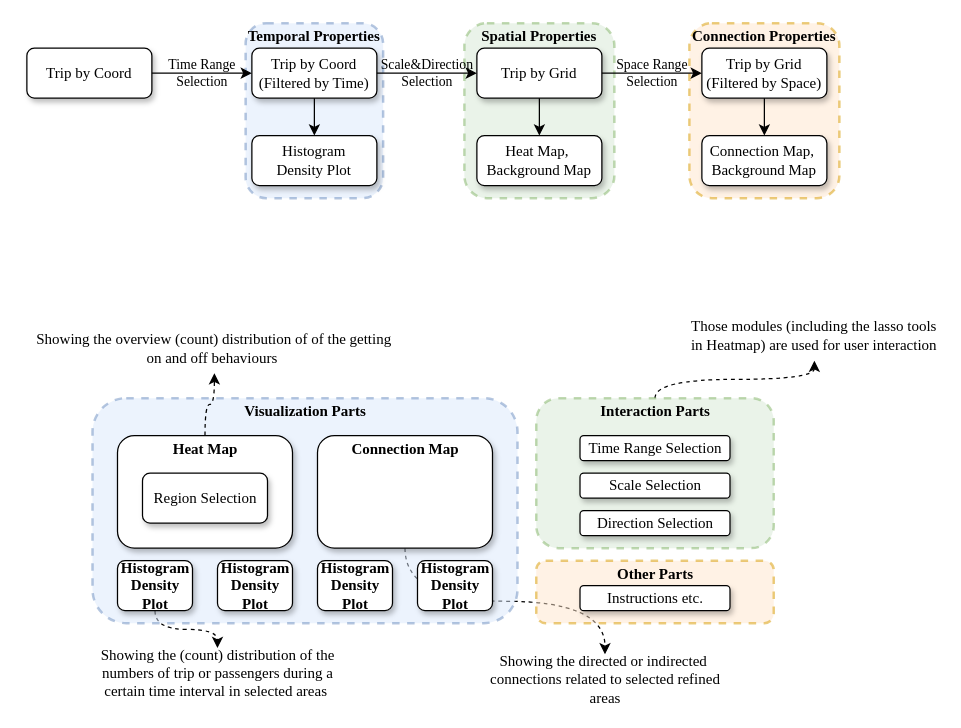
This is Visualization.drawio from GongSicong/DataVisualization, a draw.io file, before an edit. Source tidied: cells renumbered, new cells numbered last; positions are measured from the earlier drawing's top-left corner, leaving out a move shared by most shapes. Both pictures are drawn from the tidied source at 125%, with x=0, y=0 at pixel (26, 22).
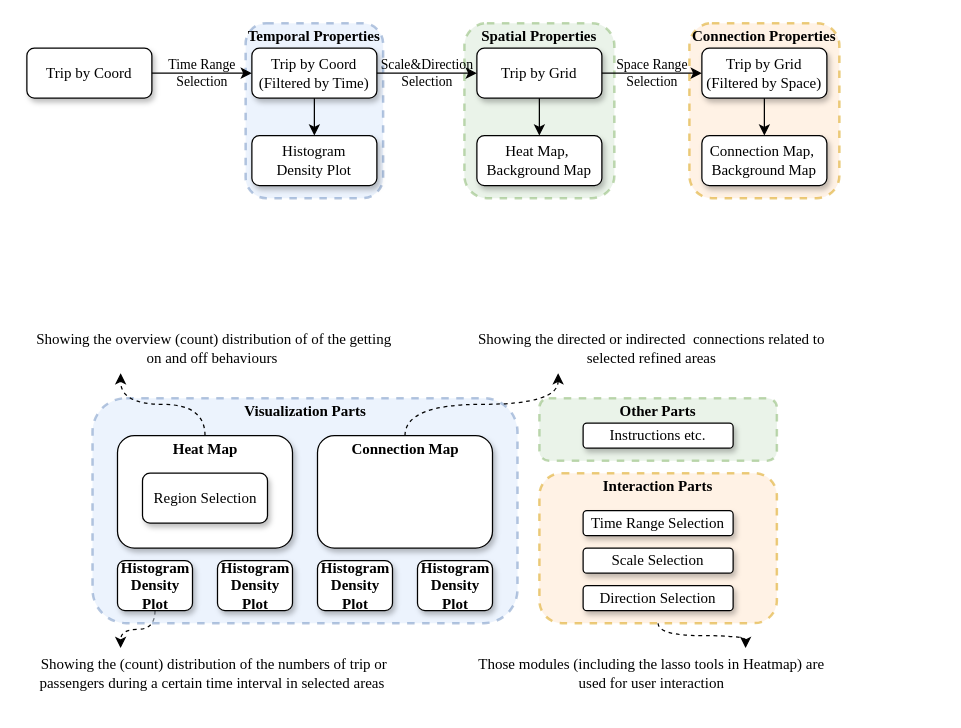
The same diagram, later.

Unchanged cells that the change refers to:
```xml
<mxCell id="11" value="&lt;p style=&quot;margin:0px;margin-top:4px;text-align:center;&quot;&gt;&lt;b&gt;Heat Map&lt;/b&gt;&lt;/p&gt;" style="verticalAlign=top;align=left;overflow=fill;fontSize=12;fontFamily=Times New Roman;html=1;whiteSpace=wrap;shadow=1;rounded=1;strokeColor=default;fillColor=#FFFFFF;" parent="1" vertex="1">
  <mxGeometry x="72.5" y="330" width="140" height="90" as="geometry" />
</mxCell>
<mxCell id="13" value="&lt;p style=&quot;margin:0px;margin-top:4px;text-align:center;&quot;&gt;&lt;b&gt;Connection Map&lt;/b&gt;&lt;/p&gt;" style="verticalAlign=top;align=left;overflow=fill;fontSize=12;fontFamily=Times New Roman;html=1;whiteSpace=wrap;shadow=1;rounded=1;strokeColor=default;fillColor=#FFFFFF;" parent="1" vertex="1">
  <mxGeometry x="232.5" y="330" width="140" height="90" as="geometry" />
</mxCell>
<mxCell id="14" value="Histogram&lt;br style=&quot;border-color: var(--border-color);&quot;&gt;&lt;span style=&quot;&quot;&gt;Density Plot&lt;/span&gt;" style="rounded=1;shadow=1;fontFamily=Times New Roman;align=center;labelBackgroundColor=none;labelBorderColor=none;whiteSpace=wrap;html=1;points=[[0,0,0,0,0],[0,0.3,0,0,0],[0,0.5,0,0,0],[0,0.85,0,0,0],[0,1,0,0,0],[0.25,0,0,0,0],[0.25,1,0,0,0],[0.5,0,0,0,0],[0.5,1,0,0,0],[0.75,0,0,0,0],[0.75,1,0,0,0],[1,0,0,0,0],[1,0.25,0,0,0],[1,0.5,0,0,0],[1,0.75,0,0,0],[1,1,0,0,0]];fontStyle=1;" parent="1" vertex="1">
  <mxGeometry x="72.5" y="430" width="60" height="40" as="geometry" />
</mxCell>
<mxCell id="21" value="Showing the overview (count) distribution of of the getting on and off behaviours&amp;nbsp;" style="text;html=1;strokeColor=none;fillColor=none;align=center;verticalAlign=middle;whiteSpace=wrap;rounded=0;fontFamily=Times New Roman;" parent="1" vertex="1">
  <mxGeometry y="240" width="300" height="40" as="geometry" />
</mxCell>
```

Diff of the diagram source:
```diff
@@
     <mxCell id="2" value="Those modules (including the lasso tools in Heatmap) are used for user interaction" style="text;html=1;strokeColor=none;fillColor=none;align=center;verticalAlign=middle;whiteSpace=wrap;rounded=0;fontFamily=Times New Roman;" parent="1" vertex="1">
-      <mxGeometry x="530" y="230" width="200" height="40" as="geometry" />
+      <mxGeometry x="350" y="500" width="300" height="40" as="geometry" />
     </mxCell>
     <mxCell id="3" value="&lt;font&gt;Showing the directed or indirected&amp;nbsp; connections related to selected refined areas&lt;/font&gt;" style="text;html=1;strokeColor=none;fillColor=none;align=center;verticalAlign=middle;whiteSpace=wrap;rounded=0;fontFamily=Times New Roman;" parent="1" vertex="1">
-      <mxGeometry x="362.5" y="505" width="200" height="40" as="geometry" />
+      <mxGeometry x="350" y="240" width="300" height="40" as="geometry" />
     </mxCell>
     <mxCell id="4" value="&lt;font&gt;Showing the (count) distribution of the numbers of trip or passengers during a certain time interval in selected areas&amp;nbsp;&lt;/font&gt;" style="text;html=1;strokeColor=none;fillColor=none;align=center;verticalAlign=middle;whiteSpace=wrap;rounded=0;fontFamily=Times New Roman;" parent="1" vertex="1">
-      <mxGeometry x="52.5" y="500" width="200" height="40" as="geometry" />
+      <mxGeometry y="500" width="300" height="40" as="geometry" />
     </mxCell>
-    <mxCell id="5" style="endArrow=classic;html=1;rounded=0;edgeStyle=orthogonalEdgeStyle;curved=1;dashed=1;fontFamily=Times New Roman;" parent="1" edge="1" source="9" target="2">
+    <mxCell id="5" style="endArrow=classic;html=1;rounded=0;edgeStyle=orthogonalEdgeStyle;curved=1;dashed=1;fontFamily=Times New Roman;exitX=0.5;exitY=1;exitDx=0;exitDy=0;entryX=0.75;entryY=0;entryDx=0;entryDy=0;" parent="1" edge="1" source="9" target="2">
       <mxGeometry relative="1" as="geometry" />
     </mxCell>
-    <mxCell id="6" style="endArrow=classic;html=1;rounded=0;edgeStyle=orthogonalEdgeStyle;curved=1;dashed=1;fontFamily=Times New Roman;" parent="1" edge="1" source="13" target="3">
-      <mxGeometry relative="1" as="geometry" />
-    </mxCell>
-    <mxCell id="7" style="endArrow=classic;html=1;rounded=0;edgeStyle=orthogonalEdgeStyle;curved=1;dashed=1;exitX=0.5;exitY=1;exitDx=0;exitDy=0;exitPerimeter=0;fontFamily=Times New Roman;" parent="1" edge="1" source="14" target="4">
+    <mxCell id="7" style="endArrow=classic;html=1;rounded=0;edgeStyle=orthogonalEdgeStyle;curved=1;dashed=1;exitX=0.5;exitY=1;exitDx=0;exitDy=0;exitPerimeter=0;fontFamily=Times New Roman;entryX=0.25;entryY=0;entryDx=0;entryDy=0;" parent="1" edge="1" source="14" target="4">
       <mxGeometry relative="1" as="geometry" />
     </mxCell>
@@
-    <mxCell id="9" value="&lt;p style=&quot;margin:0px;margin-top:4px;text-align:center;&quot;&gt;&lt;b&gt;Interaction Parts&lt;/b&gt;&lt;/p&gt;" style="verticalAlign=top;align=left;overflow=fill;fontSize=12;fontFamily=Times New Roman;html=1;whiteSpace=wrap;shadow=0;rounded=1;fillColor=#d5e8d4;strokeColor=#82b366;strokeWidth=2;dashed=1;opacity=50;" parent="1" vertex="1">
-      <mxGeometry x="407.5" y="300" width="190" height="120" as="geometry" />
+    <mxCell id="9" value="&lt;p style=&quot;margin:0px;margin-top:4px;text-align:center;&quot;&gt;&lt;b&gt;Interaction Parts&lt;/b&gt;&lt;/p&gt;" style="verticalAlign=top;align=left;overflow=fill;fontSize=12;fontFamily=Times New Roman;html=1;whiteSpace=wrap;shadow=0;rounded=1;fillColor=#ffe6cc;strokeColor=#d79b00;strokeWidth=2;dashed=1;opacity=50;" parent="1" vertex="1">
+      <mxGeometry x="410" y="360" width="190" height="120" as="geometry" />
     </mxCell>
-    <mxCell id="10" value="&lt;p style=&quot;margin:0px;margin-top:4px;text-align:center;&quot;&gt;&lt;b&gt;Other Parts&lt;/b&gt;&lt;/p&gt;" style="verticalAlign=top;align=left;overflow=fill;fontSize=12;fontFamily=Times New Roman;html=1;whiteSpace=wrap;shadow=0;rounded=1;fillColor=#ffe6cc;strokeColor=#d79b00;strokeWidth=2;dashed=1;opacity=50;" parent="1" vertex="1">
-      <mxGeometry x="407.5" y="430" width="190" height="50" as="geometry" />
+    <mxCell id="10" value="&lt;p style=&quot;margin:0px;margin-top:4px;text-align:center;&quot;&gt;&lt;b&gt;Other Parts&lt;/b&gt;&lt;/p&gt;" style="verticalAlign=top;align=left;overflow=fill;fontSize=12;fontFamily=Times New Roman;html=1;whiteSpace=wrap;shadow=0;rounded=1;fillColor=#d5e8d4;strokeColor=#82b366;strokeWidth=2;dashed=1;opacity=50;" parent="1" vertex="1">
+      <mxGeometry x="410" y="300" width="190" height="50" as="geometry" />
     </mxCell>
@@
     <mxCell id="18" value="Time Range Selection" style="rounded=1;whiteSpace=wrap;html=1;shadow=1;fontFamily=Times New Roman;" parent="1" vertex="1">
-      <mxGeometry x="442.5" y="330" width="120" height="20" as="geometry" />
+      <mxGeometry x="445" y="390" width="120" height="20" as="geometry" />
     </mxCell>
     <mxCell id="19" value="Scale Selection" style="rounded=1;whiteSpace=wrap;html=1;shadow=1;fontFamily=Times New Roman;" parent="1" vertex="1">
-      <mxGeometry x="442.5" y="360" width="120" height="20" as="geometry" />
+      <mxGeometry x="445" y="420" width="120" height="20" as="geometry" />
     </mxCell>
     <mxCell id="20" value="Instructions&amp;nbsp;etc." style="rounded=1;whiteSpace=wrap;html=1;shadow=1;fontFamily=Times New Roman;" parent="1" vertex="1">
-      <mxGeometry x="442.5" y="450" width="120" height="20" as="geometry" />
+      <mxGeometry x="445" y="320" width="120" height="20" as="geometry" />
     </mxCell>
@@
-    <mxCell id="22" style="endArrow=classic;html=1;rounded=0;edgeStyle=orthogonalEdgeStyle;curved=1;entryX=0.5;entryY=1;entryDx=0;entryDy=0;fontFamily=Times New Roman;dashed=1;" parent="1" edge="1" source="11" target="21">
+    <mxCell id="22" style="endArrow=classic;html=1;rounded=0;edgeStyle=orthogonalEdgeStyle;curved=1;entryX=0.25;entryY=1;entryDx=0;entryDy=0;fontFamily=Times New Roman;dashed=1;" parent="1" edge="1" source="11" target="21">
       <mxGeometry relative="1" as="geometry" />
     </mxCell>
     <mxCell id="23" value="Direction Selection" style="rounded=1;whiteSpace=wrap;html=1;shadow=1;fontFamily=Times New Roman;" parent="1" vertex="1">
-      <mxGeometry x="442.5" y="390" width="120" height="20" as="geometry" />
+      <mxGeometry x="445" y="450" width="120" height="20" as="geometry" />
     </mxCell>
@@
+    <mxCell id="6" style="endArrow=classic;html=1;rounded=0;edgeStyle=orthogonalEdgeStyle;curved=1;dashed=1;fontFamily=Times New Roman;entryX=0.25;entryY=1;entryDx=0;entryDy=0;" parent="1" edge="1" source="13" target="3">
+      <mxGeometry relative="1" as="geometry" />
+    </mxCell>
```
